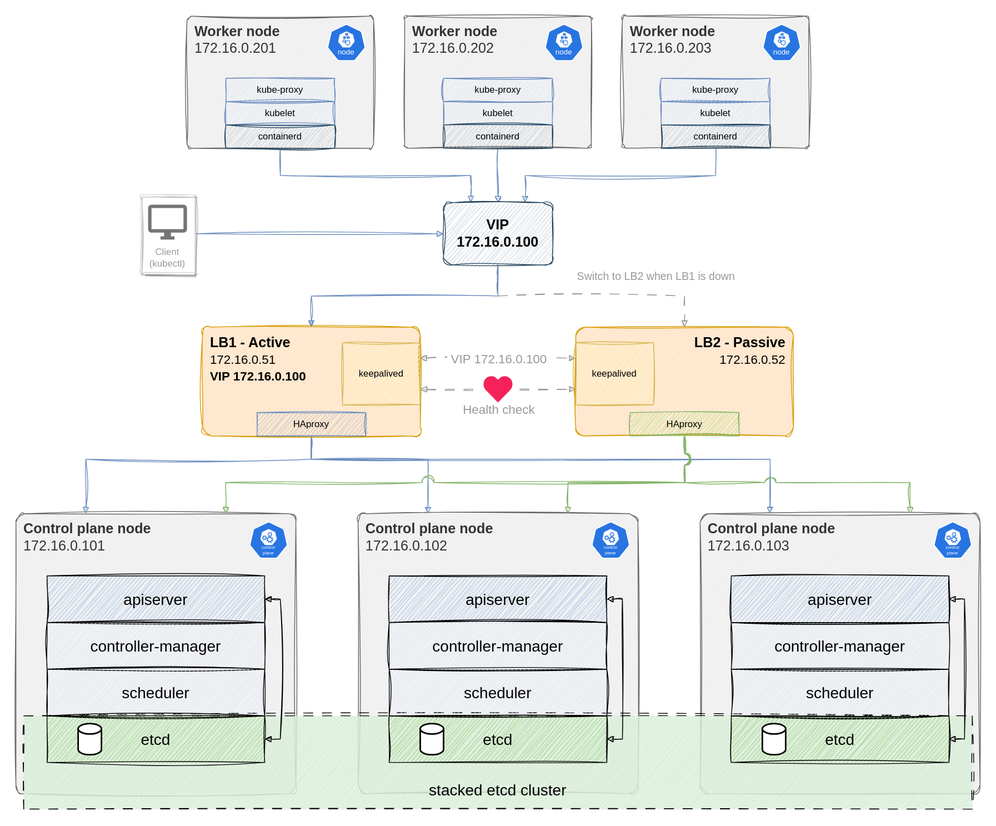
mdpdesign/k8s-hyperv-kubeadm keeps this draw.io diagram as docs/k8s-ha-hyperv-sketch.drawio.svg. Above is the earlier version. Source tidied: cells renumbered, new cells last; positions are measured from the earlier drawing's top-left corner, leaving out a move shared by most shapes.
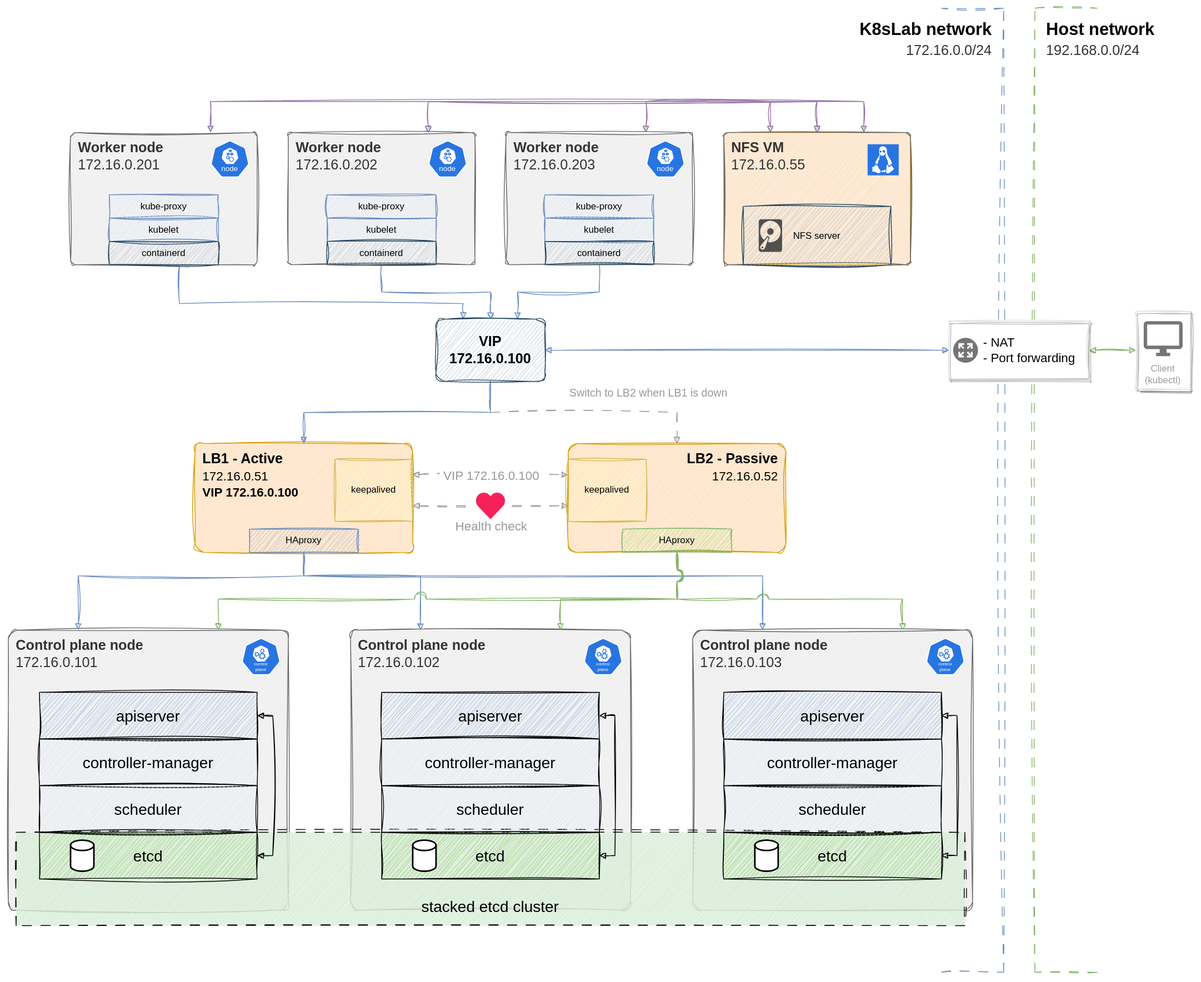
The same diagram one commit later.

Change to the diagram source:
```diff
@@ -3,7 +3,7 @@
     <mxCell id="0" />
     <mxCell id="1" parent="0" />
     <mxCell id="2" style="rounded=1;whiteSpace=wrap;html=1;fillColor=#F0F0F0;fontColor=#333333;strokeColor=none;align=left;verticalAlign=top;fontStyle=1;fontSize=18;spacingTop=5;spacing=0;spacingLeft=10;arcSize=3;" parent="1" vertex="1">
-      <mxGeometry x="220" width="240" height="170" as="geometry" />
+      <mxGeometry x="80" width="240" height="170" as="geometry" />
     </mxCell>
     <mxCell id="3" style="rounded=1;whiteSpace=wrap;html=1;fillColor=#F0F0F0;fontColor=#333333;strokeColor=none;align=left;verticalAlign=top;fontStyle=1;fontSize=18;spacingTop=5;spacing=0;spacingLeft=10;arcSize=3;" parent="1" vertex="1">
       <mxGeometry x="440" y="640" width="360" height="360" as="geometry" />
@@ -21,11 +21,14 @@
       <mxGeometry x="720" y="400" width="280" height="140" as="geometry" />
     </mxCell>
     <mxCell id="8" style="rounded=1;whiteSpace=wrap;html=1;fillColor=#F0F0F0;fontColor=#333333;strokeColor=none;align=left;verticalAlign=top;fontStyle=1;fontSize=18;spacingTop=5;spacing=0;spacingLeft=10;arcSize=3;" parent="1" vertex="1">
-      <mxGeometry x="500" width="240" height="170" as="geometry" />
+      <mxGeometry x="360" width="240" height="170" as="geometry" />
     </mxCell>
     <mxCell id="9" style="rounded=1;whiteSpace=wrap;html=1;fillColor=#F0F0F0;fontColor=#333333;strokeColor=none;align=left;verticalAlign=top;fontStyle=1;fontSize=18;spacingTop=5;spacing=0;spacingLeft=10;arcSize=3;" parent="1" vertex="1">
-      <mxGeometry x="780" width="240" height="170" as="geometry" />
+      <mxGeometry x="640" width="240" height="170" as="geometry" />
     </mxCell>
+    <mxCell id="79" style="rounded=1;whiteSpace=wrap;html=1;fillColor=#ffe6cc;strokeColor=#d79b00;align=left;verticalAlign=top;fontStyle=1;fontSize=18;spacingTop=5;spacing=0;spacingLeft=10;arcSize=3;" parent="1" vertex="1">
+      <mxGeometry x="920" width="240" height="170" as="geometry" />
+    </mxCell>
     <mxCell id="10" value="sketch" parent="0" />
     <mxCell id="11" style="edgeStyle=orthogonalEdgeStyle;shape=connector;rounded=0;sketch=1;jiggle=2;curveFitting=1;jumpStyle=arc;jumpSize=10;jettySize=auto;html=1;exitX=0.5;exitY=1;exitDx=0;exitDy=0;entryX=0.5;entryY=0;entryDx=0;entryDy=0;labelBackgroundColor=default;strokeColor=#999999;align=center;verticalAlign=middle;fontFamily=Helvetica;fontSize=11;fontColor=default;endArrow=block;endFill=1;dashed=1;dashPattern=12 12;" parent="10" edge="1" source="77" target="41">
       <mxGeometry relative="1" as="geometry" />
@@ -45,8 +48,16 @@
     <mxCell id="16" value="stacked etcd cluster" style="rounded=0;whiteSpace=wrap;html=1;fillColor=#d5e8d4;strokeColor=default;dashed=1;verticalAlign=bottom;fontSize=20;spacingBottom=10;perimeterSpacing=2;dashPattern=12 12;glass=0;sketch=1;curveFitting=1;jiggle=2;" parent="10" vertex="1">
       <mxGeometry x="10" y="900" width="1220" height="120" as="geometry" />
     </mxCell>
+    <mxCell id="80" style="edgeStyle=orthogonalEdgeStyle;shape=connector;rounded=0;sketch=1;jiggle=2;curveFitting=1;jumpStyle=arc;jumpSize=10;jettySize=auto;html=1;exitX=0.75;exitY=0;exitDx=0;exitDy=0;entryX=0.75;entryY=0;entryDx=0;entryDy=0;labelBackgroundColor=default;strokeColor=#9673a6;align=center;verticalAlign=middle;fontFamily=Helvetica;fontSize=11;fontColor=default;endArrow=block;endFill=1;startArrow=block;startFill=1;fillColor=#e1d5e7;" parent="10" edge="1" source="17" target="83">
+      <mxGeometry relative="1" as="geometry">
+        <Array as="points">
+          <mxPoint x="260" y="-40" />
+          <mxPoint x="1100" y="-40" />
+        </Array>
+      </mxGeometry>
+    </mxCell>
     <mxCell id="17" value="Worker node&lt;br&gt;&lt;span style=&quot;font-weight: normal;&quot;&gt;172.16.0.201&lt;/span&gt;" style="rounded=1;whiteSpace=wrap;html=1;fillColor=#f5f5f5;fontColor=#333333;strokeColor=#666666;align=left;verticalAlign=top;fontStyle=1;fontSize=18;spacingTop=5;spacing=0;spacingLeft=10;arcSize=3;sketch=1;curveFitting=1;jiggle=2;" parent="10" vertex="1">
-      <mxGeometry x="220" width="240" height="170" as="geometry" />
+      <mxGeometry x="80" width="240" height="170" as="geometry" />
     </mxCell>
     <mxCell id="18" value="apiserver" style="rounded=0;whiteSpace=wrap;html=1;fillColor=#98BAE6;strokeColor=default;fontSize=20;sketch=1;curveFitting=1;jiggle=2;" parent="10" vertex="1">
       <mxGeometry x="40" y="720" width="280" height="60" as="geometry" />
@@ -176,11 +187,8 @@
     <mxCell id="47" style="sketch=0;html=1;dashed=0;whitespace=wrap;fillColor=#2875E2;strokeColor=#ffffff;shape=mxgraph.kubernetes.icon2;kubernetesLabel=1;prIcon=control_plane;" parent="10" vertex="1">
       <mxGeometry x="1180" y="650" width="50" height="48" as="geometry" />
     </mxCell>
-    <mxCell id="48" style="edgeStyle=orthogonalEdgeStyle;shape=connector;rounded=0;sketch=1;jiggle=2;curveFitting=1;jumpStyle=arc;jumpSize=10;jettySize=auto;html=1;exitX=1;exitY=0.5;exitDx=0;exitDy=0;entryX=0;entryY=0.5;entryDx=0;entryDy=0;labelBackgroundColor=default;strokeColor=#6C8EBF;align=center;verticalAlign=middle;fontFamily=Helvetica;fontSize=11;fontColor=default;endArrow=block;endFill=1;" parent="10" edge="1" source="49" target="77">
-      <mxGeometry relative="1" as="geometry" />
-    </mxCell>
     <mxCell id="49" value="Client (kubectl)" style="strokeColor=#dddddd;shadow=1;strokeWidth=1;rounded=1;absoluteArcSize=1;arcSize=2;labelPosition=center;verticalLabelPosition=middle;align=center;verticalAlign=bottom;spacingLeft=0;fontColor=#999999;fontSize=12;whiteSpace=wrap;spacingBottom=2;html=1;sketch=1;curveFitting=1;jiggle=2;" parent="10" vertex="1">
-      <mxGeometry x="160" y="230" width="70" height="100" as="geometry" />
+      <mxGeometry x="1450.1" y="230" width="70" height="100" as="geometry" />
     </mxCell>
     <mxCell id="50" style="dashed=0;html=1;fillColor=#757575;strokeColor=none;shape=mxgraph.gcp2.desktop;fillStyle=auto;" parent="49" vertex="1">
       <mxGeometry x="0.5" width="50" height="45" relative="1" as="geometry">
@@ -188,55 +196,76 @@
       </mxGeometry>
     </mxCell>
     <mxCell id="51" style="sketch=0;html=1;dashed=0;whitespace=wrap;fillColor=#2875E2;strokeColor=#ffffff;shape=mxgraph.kubernetes.icon2;kubernetesLabel=1;prIcon=node;" parent="10" vertex="1">
-      <mxGeometry x="400" y="10" width="50" height="48" as="geometry" />
+      <mxGeometry x="260" y="10" width="50" height="48" as="geometry" />
     </mxCell>
     <mxCell id="52" value="kubelet" style="rounded=0;whiteSpace=wrap;html=1;fillColor=#dae8fc;strokeColor=#6c8ebf;sketch=1;curveFitting=1;jiggle=2;" parent="10" vertex="1">
-      <mxGeometry x="270" y="110" width="140" height="30" as="geometry" />
+      <mxGeometry x="130" y="110" width="140" height="30" as="geometry" />
     </mxCell>
     <mxCell id="53" value="kube-proxy" style="rounded=0;whiteSpace=wrap;html=1;fillColor=#dae8fc;strokeColor=#6c8ebf;sketch=1;curveFitting=1;jiggle=2;" parent="10" vertex="1">
-      <mxGeometry x="270" y="80" width="140" height="30" as="geometry" />
+      <mxGeometry x="130" y="80" width="140" height="30" as="geometry" />
     </mxCell>
     <mxCell id="54" style="edgeStyle=orthogonalEdgeStyle;shape=connector;rounded=0;sketch=1;jiggle=2;curveFitting=1;jumpStyle=arc;jumpSize=10;jettySize=auto;html=1;exitX=0.5;exitY=1;exitDx=0;exitDy=0;entryX=0.25;entryY=0;entryDx=0;entryDy=0;labelBackgroundColor=default;strokeColor=#6C8EBF;align=center;verticalAlign=middle;fontFamily=Helvetica;fontSize=11;fontColor=default;endArrow=block;endFill=1;" parent="10" edge="1" source="55" target="77">
-      <mxGeometry relative="1" as="geometry" />
+      <mxGeometry relative="1" as="geometry">
+        <Array as="points">
+          <mxPoint x="220" y="220" />
+          <mxPoint x="585" y="220" />
+        </Array>
+      </mxGeometry>
     </mxCell>
     <mxCell id="55" value="containerd" style="rounded=0;whiteSpace=wrap;html=1;fillColor=#bac8d3;strokeColor=#23445d;sketch=1;curveFitting=1;jiggle=2;shadow=0;" parent="10" vertex="1">
-      <mxGeometry x="270" y="140" width="140" height="30" as="geometry" />
+      <mxGeometry x="130" y="140" width="140" height="30" as="geometry" />
     </mxCell>
+    <mxCell id="81" style="edgeStyle=orthogonalEdgeStyle;shape=connector;rounded=0;sketch=1;jiggle=2;curveFitting=1;jumpStyle=arc;jumpSize=10;jettySize=auto;html=1;exitX=0.75;exitY=0;exitDx=0;exitDy=0;entryX=0.5;entryY=0;entryDx=0;entryDy=0;labelBackgroundColor=default;strokeColor=#9673a6;align=center;verticalAlign=middle;fontFamily=Helvetica;fontSize=11;fontColor=default;endArrow=block;endFill=1;startArrow=block;startFill=1;fillColor=#e1d5e7;" parent="10" edge="1" source="56" target="83">
+      <mxGeometry relative="1" as="geometry">
+        <Array as="points">
+          <mxPoint x="540" y="-40" />
+          <mxPoint x="1040" y="-40" />
+        </Array>
+      </mxGeometry>
+    </mxCell>
     <mxCell id="56" value="Worker node&lt;br&gt;&lt;span style=&quot;font-weight: normal;&quot;&gt;172.16.0.202&lt;/span&gt;" style="rounded=1;whiteSpace=wrap;html=1;fillColor=#f5f5f5;fontColor=#333333;strokeColor=#666666;align=left;verticalAlign=top;fontStyle=1;fontSize=18;spacingTop=5;spacing=0;spacingLeft=10;arcSize=3;sketch=1;curveFitting=1;jiggle=2;" parent="10" vertex="1">
-      <mxGeometry x="500" width="240" height="170" as="geometry" />
+      <mxGeometry x="360" width="240" height="170" as="geometry" />
     </mxCell>
     <mxCell id="57" style="sketch=0;html=1;dashed=0;whitespace=wrap;fillColor=#2875E2;strokeColor=#ffffff;shape=mxgraph.kubernetes.icon2;kubernetesLabel=1;prIcon=node;" parent="10" vertex="1">
-      <mxGeometry x="680" y="10" width="50" height="48" as="geometry" />
+      <mxGeometry x="540" y="10" width="50" height="48" as="geometry" />
     </mxCell>
     <mxCell id="58" value="kubelet" style="rounded=0;whiteSpace=wrap;html=1;fillColor=#dae8fc;strokeColor=#6c8ebf;sketch=1;curveFitting=1;jiggle=2;" parent="10" vertex="1">
-      <mxGeometry x="550" y="110" width="140" height="30" as="geometry" />
+      <mxGeometry x="410" y="110" width="140" height="30" as="geometry" />
     </mxCell>
     <mxCell id="59" value="kube-proxy" style="rounded=0;whiteSpace=wrap;html=1;fillColor=#dae8fc;strokeColor=#6c8ebf;sketch=1;curveFitting=1;jiggle=2;" parent="10" vertex="1">
-      <mxGeometry x="550" y="80" width="140" height="30" as="geometry" />
+      <mxGeometry x="410" y="80" width="140" height="30" as="geometry" />
     </mxCell>
     <mxCell id="60" style="edgeStyle=orthogonalEdgeStyle;shape=connector;rounded=0;sketch=1;jiggle=2;curveFitting=1;jumpStyle=arc;jumpSize=10;jettySize=auto;html=1;exitX=0.5;exitY=1;exitDx=0;exitDy=0;entryX=0.5;entryY=0;entryDx=0;entryDy=0;labelBackgroundColor=default;strokeColor=#6C8EBF;align=center;verticalAlign=middle;fontFamily=Helvetica;fontSize=11;fontColor=default;endArrow=block;endFill=1;" parent="10" edge="1" source="61" target="77">
       <mxGeometry relative="1" as="geometry" />
     </mxCell>
     <mxCell id="61" value="containerd" style="rounded=0;whiteSpace=wrap;html=1;fillColor=#bac8d3;strokeColor=#23445d;sketch=1;curveFitting=1;jiggle=2;" parent="10" vertex="1">
-      <mxGeometry x="550" y="140" width="140" height="30" as="geometry" />
+      <mxGeometry x="410" y="140" width="140" height="30" as="geometry" />
     </mxCell>
+    <mxCell id="82" style="edgeStyle=orthogonalEdgeStyle;shape=connector;rounded=0;sketch=1;jiggle=2;curveFitting=1;jumpStyle=arc;jumpSize=10;jettySize=auto;html=1;exitX=0.75;exitY=0;exitDx=0;exitDy=0;entryX=0.25;entryY=0;entryDx=0;entryDy=0;labelBackgroundColor=default;strokeColor=#9673a6;align=center;verticalAlign=middle;fontFamily=Helvetica;fontSize=11;fontColor=default;endArrow=block;endFill=1;startArrow=block;startFill=1;fillColor=#e1d5e7;" parent="10" edge="1" source="62" target="83">
+      <mxGeometry relative="1" as="geometry">
+        <Array as="points">
+          <mxPoint x="820" y="-40" />
+          <mxPoint x="980" y="-40" />
+        </Array>
+      </mxGeometry>
+    </mxCell>
     <mxCell id="62" value="Worker node&lt;br&gt;&lt;span style=&quot;font-weight: normal;&quot;&gt;172.16.0.203&lt;/span&gt;" style="rounded=1;whiteSpace=wrap;html=1;fillColor=#f5f5f5;fontColor=#333333;strokeColor=#666666;align=left;verticalAlign=top;fontStyle=1;fontSize=18;spacingTop=5;spacing=0;spacingLeft=10;arcSize=3;sketch=1;curveFitting=1;jiggle=2;" parent="10" vertex="1">
-      <mxGeometry x="780" width="240" height="170" as="geometry" />
+      <mxGeometry x="640" width="240" height="170" as="geometry" />
     </mxCell>
     <mxCell id="63" style="sketch=0;html=1;dashed=0;whitespace=wrap;fillColor=#2875E2;strokeColor=#ffffff;shape=mxgraph.kubernetes.icon2;kubernetesLabel=1;prIcon=node;" parent="10" vertex="1">
-      <mxGeometry x="960" y="10" width="50" height="48" as="geometry" />
+      <mxGeometry x="820" y="10" width="50" height="48" as="geometry" />
     </mxCell>
     <mxCell id="64" value="kubelet" style="rounded=0;whiteSpace=wrap;html=1;fillColor=#dae8fc;strokeColor=#6c8ebf;sketch=1;curveFitting=1;jiggle=2;" parent="10" vertex="1">
-      <mxGeometry x="830" y="110" width="140" height="30" as="geometry" />
+      <mxGeometry x="690" y="110" width="140" height="30" as="geometry" />
     </mxCell>
     <mxCell id="65" value="kube-proxy" style="rounded=0;whiteSpace=wrap;html=1;fillColor=#dae8fc;strokeColor=#6c8ebf;sketch=1;curveFitting=1;jiggle=2;" parent="10" vertex="1">
-      <mxGeometry x="830" y="80" width="140" height="30" as="geometry" />
+      <mxGeometry x="690" y="80" width="140" height="30" as="geometry" />
     </mxCell>
     <mxCell id="66" style="edgeStyle=orthogonalEdgeStyle;shape=connector;rounded=0;sketch=1;jiggle=2;curveFitting=1;jumpStyle=arc;jumpSize=10;jettySize=auto;html=1;exitX=0.5;exitY=1;exitDx=0;exitDy=0;entryX=0.75;entryY=0;entryDx=0;entryDy=0;labelBackgroundColor=default;strokeColor=#6C8EBF;align=center;verticalAlign=middle;fontFamily=Helvetica;fontSize=11;fontColor=default;endArrow=block;endFill=1;" parent="10" edge="1" source="67" target="77">
       <mxGeometry relative="1" as="geometry" />
     </mxCell>
     <mxCell id="67" value="containerd" style="rounded=0;whiteSpace=wrap;html=1;fillColor=#bac8d3;strokeColor=#23445d;sketch=1;curveFitting=1;jiggle=2;" parent="10" vertex="1">
-      <mxGeometry x="830" y="140" width="140" height="30" as="geometry" />
+      <mxGeometry x="690" y="140" width="140" height="30" as="geometry" />
     </mxCell>
     <mxCell id="68" value="etcd" style="rounded=0;whiteSpace=wrap;html=1;fillColor=#97D077;strokeColor=default;fontSize=20;sketch=1;curveFitting=1;jiggle=2;" parent="10" vertex="1">
       <mxGeometry x="40" y="900" width="280" height="60" as="geometry" />
@@ -271,5 +300,57 @@
     <mxCell id="78" value="keepalived" style="rounded=0;whiteSpace=wrap;html=1;fillColor=#FFF9A8;strokeColor=#d6b656;sketch=1;curveFitting=1;jiggle=2;" parent="10" vertex="1">
       <mxGeometry x="720" y="420" width="100" height="80" as="geometry" />
     </mxCell>
+    <mxCell id="83" value="NFS VM&lt;br&gt;&lt;span style=&quot;font-weight: normal;&quot;&gt;172.16.0.55&lt;/span&gt;" style="rounded=1;whiteSpace=wrap;html=1;fillColor=#f5f5f5;fontColor=#333333;strokeColor=#666666;align=left;verticalAlign=top;fontStyle=1;fontSize=18;spacingTop=5;spacing=0;spacingLeft=10;arcSize=3;sketch=1;curveFitting=1;jiggle=2;" parent="10" vertex="1">
+      <mxGeometry x="920" width="240" height="170" as="geometry" />
+    </mxCell>
+    <mxCell id="84" value="NFS server" style="rounded=0;whiteSpace=wrap;html=1;fillColor=#bac8d3;strokeColor=#23445d;sketch=1;curveFitting=1;jiggle=2;fontStyle=0;" parent="10" vertex="1">
+      <mxGeometry x="945" y="95" width="190" height="75" as="geometry" />
+    </mxCell>
+    <mxCell id="85" style="shadow=0;dashed=0;html=1;strokeColor=none;fillColor=#2875e2;labelPosition=center;verticalLabelPosition=bottom;verticalAlign=top;align=center;shape=mxgraph.veeam.linux;" parent="10" vertex="1">
+      <mxGeometry x="1105" y="15" width="40" height="40" as="geometry" />
+    </mxCell>
+    <mxCell id="86" style="sketch=0;shadow=0;dashed=0;html=1;strokeColor=none;fillColor=#505050;labelPosition=center;verticalLabelPosition=bottom;verticalAlign=top;align=center;shape=mxgraph.office.devices.hard_disk;" parent="10" vertex="1">
+      <mxGeometry x="965" y="111.5" width="30" height="42" as="geometry" />
+    </mxCell>
+    <mxCell id="87" style="endArrow=none;html=1;rounded=0;labelBackgroundColor=default;sketch=1;jiggle=2;curveFitting=1;strokeColor=#6C8EBF;align=center;verticalAlign=middle;fontFamily=Helvetica;fontSize=11;fontColor=default;shape=connector;edgeStyle=orthogonalEdgeStyle;jumpStyle=arc;jumpSize=10;dashed=1;dashPattern=12 12;" parent="10" edge="1">
+      <mxGeometry relative="1" as="geometry">
+        <mxPoint x="1200" y="1080" as="sourcePoint" />
+        <mxPoint x="1200" y="-160" as="targetPoint" />
+        <Array as="points">
+          <mxPoint x="1280" y="1080" />
+          <mxPoint x="1280" y="-160" />
+        </Array>
+      </mxGeometry>
+    </mxCell>
+    <mxCell id="88" value="&lt;h1&gt;K8sLab network&lt;br style=&quot;border-color: var(--border-color); color: rgb(51, 51, 51); font-size: 18px;&quot;&gt;&lt;span style=&quot;border-color: var(--border-color); color: rgb(51, 51, 51); font-size: 18px; font-weight: normal;&quot;&gt;172.16.0.0/24&lt;/span&gt;&lt;br&gt;&lt;/h1&gt;" style="text;html=1;strokeColor=none;fillColor=none;spacing=5;spacingTop=-20;whiteSpace=wrap;overflow=hidden;rounded=0;fontSize=11;fontFamily=Helvetica;fontColor=default;align=right;" parent="10" vertex="1">
+      <mxGeometry x="1080" y="-150" width="190" height="120" as="geometry" />
+    </mxCell>
+    <mxCell id="89" value="&lt;h1&gt;Host network&lt;br style=&quot;border-color: var(--border-color); color: rgb(51, 51, 51); font-size: 18px;&quot;&gt;&lt;span style=&quot;border-color: var(--border-color); color: rgb(51, 51, 51); font-size: 18px; font-weight: normal;&quot;&gt;192.168.0.0/24&lt;/span&gt;&lt;br&gt;&lt;/h1&gt;" style="text;html=1;strokeColor=none;fillColor=none;spacing=5;spacingTop=-20;whiteSpace=wrap;overflow=hidden;rounded=0;fontSize=11;fontFamily=Helvetica;fontColor=default;align=left;" parent="10" vertex="1">
+      <mxGeometry x="1330.1" y="-150" width="190" height="120" as="geometry" />
+    </mxCell>
+    <mxCell id="90" style="endArrow=none;html=1;rounded=0;labelBackgroundColor=default;sketch=1;jiggle=2;curveFitting=1;strokeColor=#82b366;align=center;verticalAlign=middle;fontFamily=Helvetica;fontSize=11;fontColor=default;shape=connector;edgeStyle=orthogonalEdgeStyle;jumpStyle=arc;jumpSize=10;dashed=1;dashPattern=12 12;fillColor=#d5e8d4;" parent="10" edge="1">
+      <mxGeometry relative="1" as="geometry">
+        <mxPoint x="1400.1" y="1080" as="sourcePoint" />
+        <mxPoint x="1400.1" y="-160" as="targetPoint" />
+        <Array as="points">
+          <mxPoint x="1320.1" y="1080" />
+          <mxPoint x="1320.1" y="-160" />
+        </Array>
+      </mxGeometry>
+    </mxCell>
+    <mxCell id="91" style="edgeStyle=orthogonalEdgeStyle;shape=connector;rounded=0;sketch=1;jiggle=2;curveFitting=1;jumpStyle=arc;jumpSize=10;jettySize=auto;html=1;exitX=0;exitY=0.5;exitDx=0;exitDy=0;entryX=1;entryY=0.5;entryDx=0;entryDy=0;labelBackgroundColor=default;strokeColor=#6C8EBF;align=center;verticalAlign=middle;fontFamily=Helvetica;fontSize=11;fontColor=default;endArrow=block;endFill=1;startArrow=block;startFill=1;" parent="10" edge="1" source="93" target="77">
+      <mxGeometry relative="1" as="geometry" />
+    </mxCell>
+    <mxCell id="92" style="edgeStyle=orthogonalEdgeStyle;shape=connector;rounded=0;sketch=1;jiggle=2;curveFitting=1;jumpStyle=arc;jumpSize=10;jettySize=auto;html=1;exitX=1;exitY=0.5;exitDx=0;exitDy=0;entryX=0;entryY=0.5;entryDx=0;entryDy=0;labelBackgroundColor=default;strokeColor=#82b366;align=center;verticalAlign=middle;fontFamily=Helvetica;fontSize=11;fontColor=default;endArrow=block;endFill=1;startArrow=block;startFill=1;fillColor=#d5e8d4;" parent="10" edge="1" source="93" target="49">
+      <mxGeometry relative="1" as="geometry" />
+    </mxCell>
+    <mxCell id="93" style="strokeColor=#dddddd;shadow=1;strokeWidth=1;rounded=1;absoluteArcSize=1;arcSize=2;fontFamily=Helvetica;fontSize=11;fontColor=default;sketch=1;curveFitting=1;jiggle=2;" parent="10" vertex="1">
+      <mxGeometry x="1210" y="242.5" width="180" height="75" as="geometry" />
+    </mxCell>
+    <mxCell id="94" value="&lt;font style=&quot;font-size: 16px;&quot;&gt;- NAT&lt;br&gt;- Port forwarding&lt;/font&gt;" style="sketch=0;dashed=0;html=1;fillColor=#757575;strokeColor=none;shape=mxgraph.gcp2.nat;labelPosition=right;verticalLabelPosition=middle;align=left;verticalAlign=middle;spacingLeft=5;fontSize=12;fontFamily=Helvetica;fontColor=default;" parent="93" vertex="1">
+      <mxGeometry y="0.5" width="32" height="32" relative="1" as="geometry">
+        <mxPoint x="5" y="-16" as="offset" />
+      </mxGeometry>
+    </mxCell>
   </root>
 </mxGraphModel>
```
